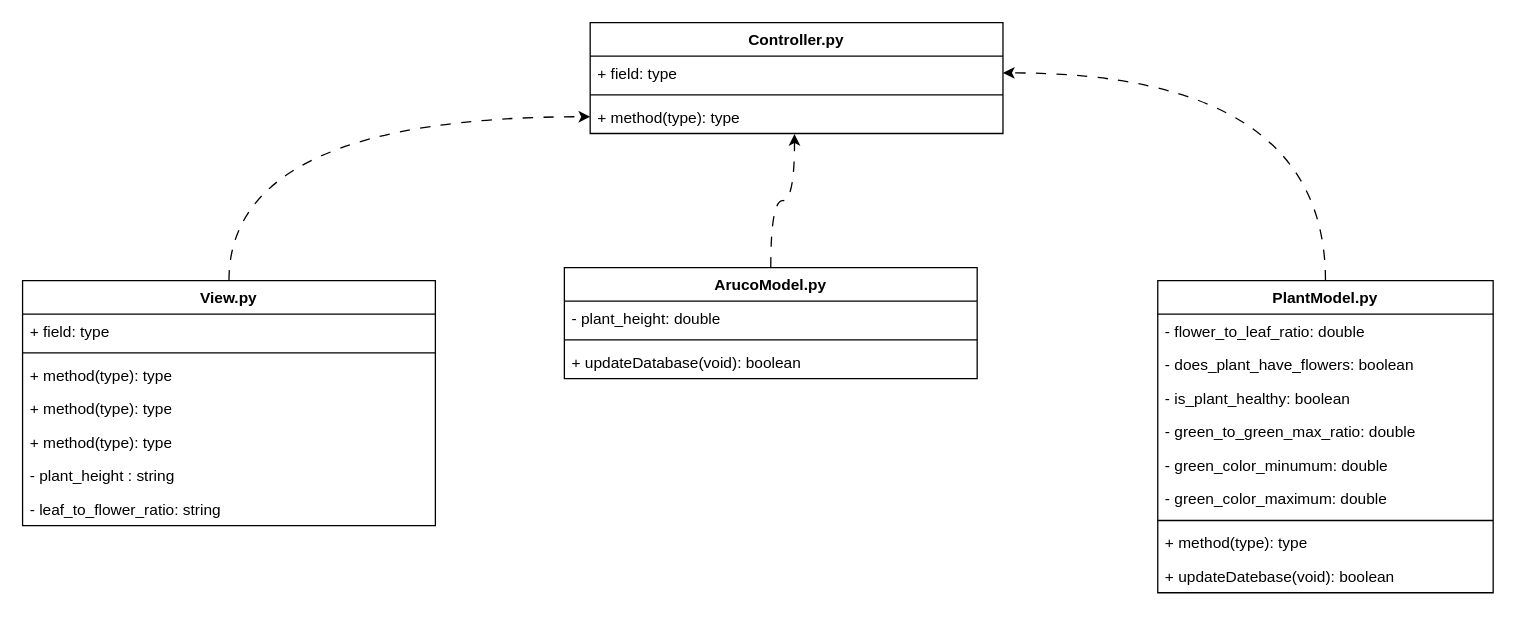
Above: page "UML" (3 of 3) of docs/block_diagram_flower_growth_tracker.drawio in JovanyZepeda/miniature-doodle (draw.io), before the change. Source tidied: cells renumbered, new cells numbered last; positions are measured from the earlier drawing's top-left corner, leaving out a move shared by most shapes. Both pictures are drawn from the tidied source at 129%, with x=0, y=0 at pixel (22, 22).
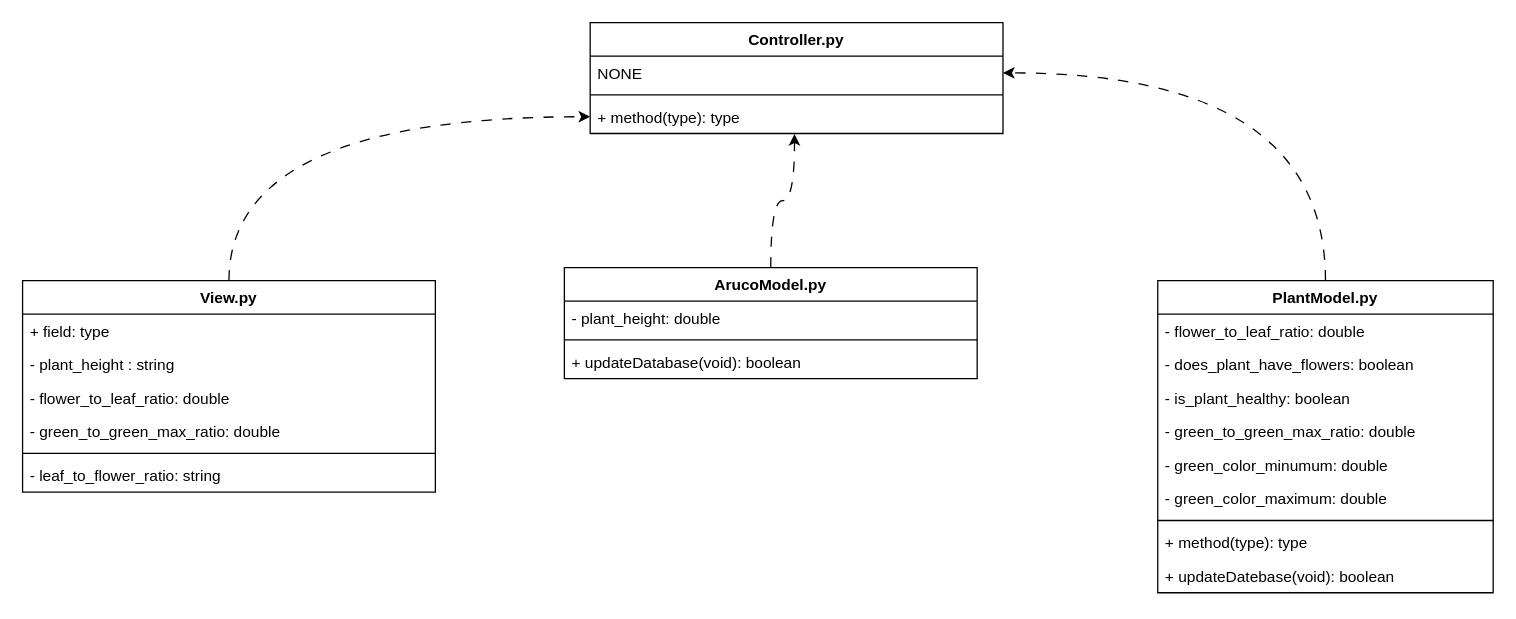
After the change.

The change refers to these unchanged cells:
```xml
<mxCell id="27" value="Controller.py" style="swimlane;fontStyle=1;align=center;verticalAlign=top;horizontal=1;startSize=26;whiteSpace=wrap;html=1;" parent="1" vertex="1">
  <mxGeometry x="440" width="320" height="86" as="geometry" />
</mxCell>
```

The edit, as a diff of the source:
```diff
@@
     <mxCell id="19" value="View.py" style="swimlane;fontStyle=1;align=center;verticalAlign=top;horizontal=1;startSize=26;whiteSpace=wrap;html=1;" parent="1" vertex="1">
-      <mxGeometry y="200" width="320" height="190" as="geometry" />
+      <mxGeometry y="200" width="320" height="164" as="geometry" />
     </mxCell>
@@
-    <mxCell id="21" style="line;strokeWidth=1;fillColor=none;align=left;verticalAlign=middle;spacingTop=-1;spacingLeft=3;spacingRight=3;labelPosition=right;strokeColor=inherit;" parent="19" vertex="1">
-      <mxGeometry y="52" width="320" height="8" as="geometry" />
-    </mxCell>
-    <mxCell id="22" value="+ method(type): type" style="text;strokeColor=none;fillColor=none;align=left;verticalAlign=top;spacingLeft=4;spacingRight=4;overflow=hidden;whiteSpace=wrap;html=1;" parent="19" vertex="1">
-      <mxGeometry y="60" width="320" height="26" as="geometry" />
-    </mxCell>
-    <mxCell id="23" value="+ method(type): type" style="text;strokeColor=none;fillColor=none;align=left;verticalAlign=top;spacingLeft=4;spacingRight=4;overflow=hidden;whiteSpace=wrap;html=1;" parent="19" vertex="1">
-      <mxGeometry y="86" width="320" height="26" as="geometry" />
-    </mxCell>
-    <mxCell id="24" value="+ method(type): type" style="text;strokeColor=none;fillColor=none;align=left;verticalAlign=top;spacingLeft=4;spacingRight=4;overflow=hidden;whiteSpace=wrap;html=1;" parent="19" vertex="1">
-      <mxGeometry y="112" width="320" height="26" as="geometry" />
-    </mxCell>
     <mxCell id="25" value="- plant_height : string" style="text;strokeColor=none;fillColor=none;align=left;verticalAlign=top;spacingLeft=4;spacingRight=4;overflow=hidden;whiteSpace=wrap;html=1;" parent="19" vertex="1">
-      <mxGeometry y="138" width="320" height="26" as="geometry" />
+      <mxGeometry y="52" width="320" height="26" as="geometry" />
     </mxCell>
-    <mxCell id="26" value="- leaf_to_flower_ratio: string" style="text;strokeColor=none;fillColor=none;align=left;verticalAlign=top;spacingLeft=4;spacingRight=4;overflow=hidden;whiteSpace=wrap;html=1;" parent="19" vertex="1">
-      <mxGeometry y="164" width="320" height="26" as="geometry" />
+    <mxCell id="26" value="- flower_to_leaf_ratio: double" style="text;strokeColor=none;fillColor=none;align=left;verticalAlign=top;spacingLeft=4;spacingRight=4;overflow=hidden;whiteSpace=wrap;html=1;" parent="19" vertex="1">
+      <mxGeometry y="78" width="320" height="26" as="geometry" />
     </mxCell>
+    <mxCell id="31" value="- green_to_green_max_ratio: double" style="text;strokeColor=none;fillColor=none;align=left;verticalAlign=top;spacingLeft=4;spacingRight=4;overflow=hidden;whiteSpace=wrap;html=1;" parent="19" vertex="1">
+      <mxGeometry y="104" width="320" height="26" as="geometry" />
+    </mxCell>
+    <mxCell id="21" style="line;strokeWidth=1;fillColor=none;align=left;verticalAlign=middle;spacingTop=-1;spacingLeft=3;spacingRight=3;labelPosition=right;strokeColor=inherit;" parent="19" vertex="1">
+      <mxGeometry y="130" width="320" height="8" as="geometry" />
+    </mxCell>
+    <mxCell id="32" value="- leaf_to_flower_ratio: string" style="text;strokeColor=none;fillColor=none;align=left;verticalAlign=top;spacingLeft=4;spacingRight=4;overflow=hidden;whiteSpace=wrap;html=1;" parent="19" vertex="1">
+      <mxGeometry y="138" width="320" height="26" as="geometry" />
+    </mxCell>
@@
-    <mxCell id="28" value="+ field: type" style="text;strokeColor=none;fillColor=none;align=left;verticalAlign=top;spacingLeft=4;spacingRight=4;overflow=hidden;points=[[0,0.5],[1,0.5]];portConstraint=eastwest;whiteSpace=wrap;html=1;" parent="27" vertex="1">
+    <mxCell id="28" value="NONE" style="text;strokeColor=none;fillColor=none;align=left;verticalAlign=top;spacingLeft=4;spacingRight=4;overflow=hidden;points=[[0,0.5],[1,0.5]];portConstraint=eastwest;whiteSpace=wrap;html=1;" parent="27" vertex="1">
       <mxGeometry y="26" width="320" height="26" as="geometry" />
     </mxCell>
```
